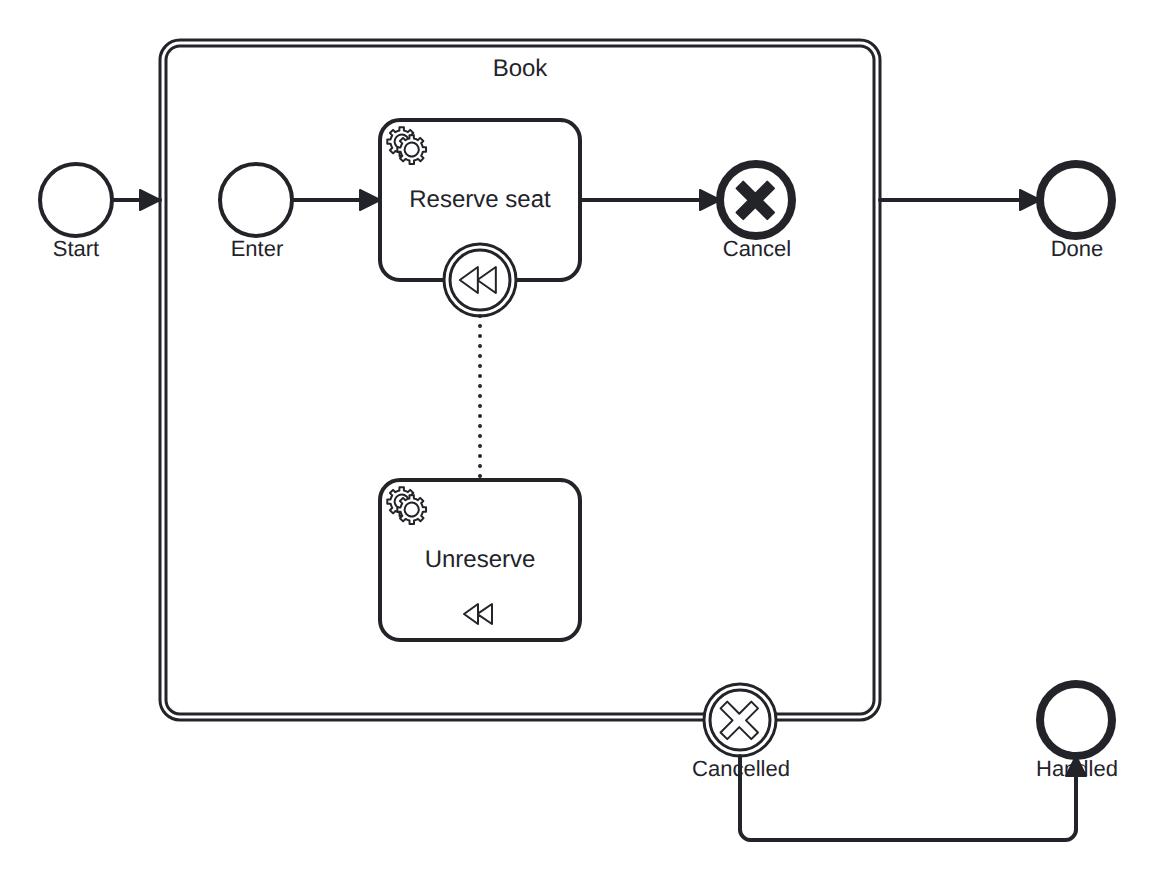
This is conformance/catalog/diagrams/transaction-cancel.png from pblumer/atlas, a BPMN export, as it was before one commit. Its source is kept beside it as conformance/models/transaction-cancel.bpmn. Ids are renumbered.
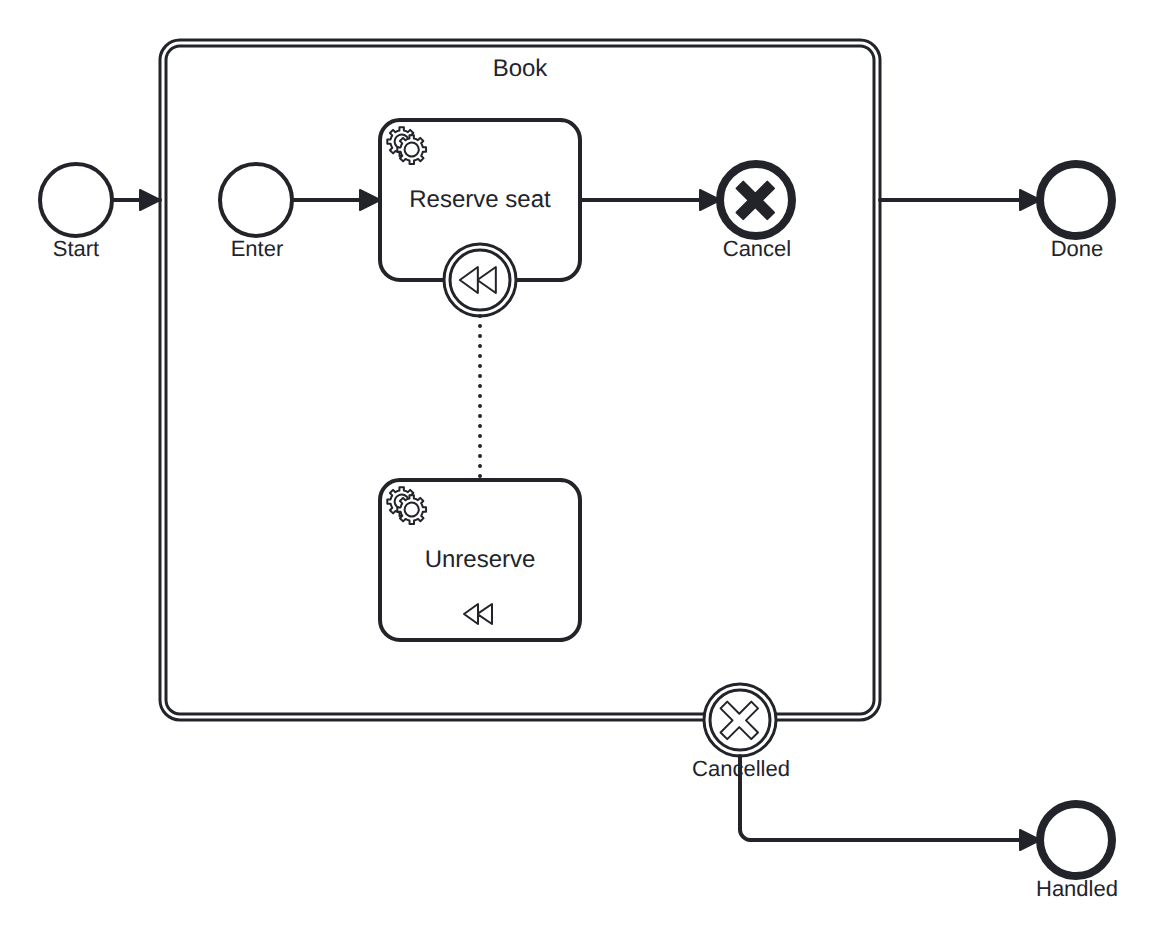
After the commit.

Commit message:
conformance: straighten transaction-cancel Handled edge

Drop the final up-turn on the cancel-boundary -> Handled flow. Handled now sits
on the return lane (y=520) so the edge enters it straight from the left instead
of looping back up, keeping the end-event label clear of the edge.

Golden traces unchanged (DI only); regenerated TCK copy.

Claude-Session: https://claude.ai/code/session_013F5etu66HHNjenano6E2b7

The edit, as a diff of the source:
```diff
@@ -56,10 +56,10 @@
       <bpmndi:BPMNShape id="di_cancelled" bpmnElement="cancelled"><dc:Bounds x="460" y="182" width="36" height="36"/></bpmndi:BPMNShape>
       <bpmndi:BPMNShape id="di_book_cancelled" bpmnElement="book_cancelled"><dc:Bounds x="452" y="442" width="36" height="36"/></bpmndi:BPMNShape>
       <bpmndi:BPMNShape id="di_done" bpmnElement="done"><dc:Bounds x="620" y="182" width="36" height="36"/></bpmndi:BPMNShape>
-      <bpmndi:BPMNShape id="di_handled" bpmnElement="handled"><dc:Bounds x="620" y="442" width="36" height="36"/></bpmndi:BPMNShape>
+      <bpmndi:BPMNShape id="di_handled" bpmnElement="handled"><dc:Bounds x="620" y="502" width="36" height="36"/></bpmndi:BPMNShape>
       <bpmndi:BPMNEdge id="di_f1" bpmnElement="f1"><di:waypoint x="156" y="200"/><di:waypoint x="180" y="200"/></bpmndi:BPMNEdge>
       <bpmndi:BPMNEdge id="di_f2" bpmnElement="f2"><di:waypoint x="540" y="200"/><di:waypoint x="620" y="200"/></bpmndi:BPMNEdge>
-      <bpmndi:BPMNEdge id="di_f3" bpmnElement="f3"><di:waypoint x="470" y="478"/><di:waypoint x="470" y="520"/><di:waypoint x="638" y="520"/><di:waypoint x="638" y="478"/></bpmndi:BPMNEdge>
+      <bpmndi:BPMNEdge id="di_f3" bpmnElement="f3"><di:waypoint x="470" y="478"/><di:waypoint x="470" y="520"/><di:waypoint x="620" y="520"/></bpmndi:BPMNEdge>
       <bpmndi:BPMNEdge id="di_tf1" bpmnElement="tf1"><di:waypoint x="246" y="200"/><di:waypoint x="290" y="200"/></bpmndi:BPMNEdge>
       <bpmndi:BPMNEdge id="di_tf2" bpmnElement="tf2"><di:waypoint x="390" y="200"/><di:waypoint x="460" y="200"/></bpmndi:BPMNEdge>
       <bpmndi:BPMNEdge id="di_ca1" bpmnElement="ca1"><di:waypoint x="340" y="258"/><di:waypoint x="340" y="340"/></bpmndi:BPMNEdge>
```
